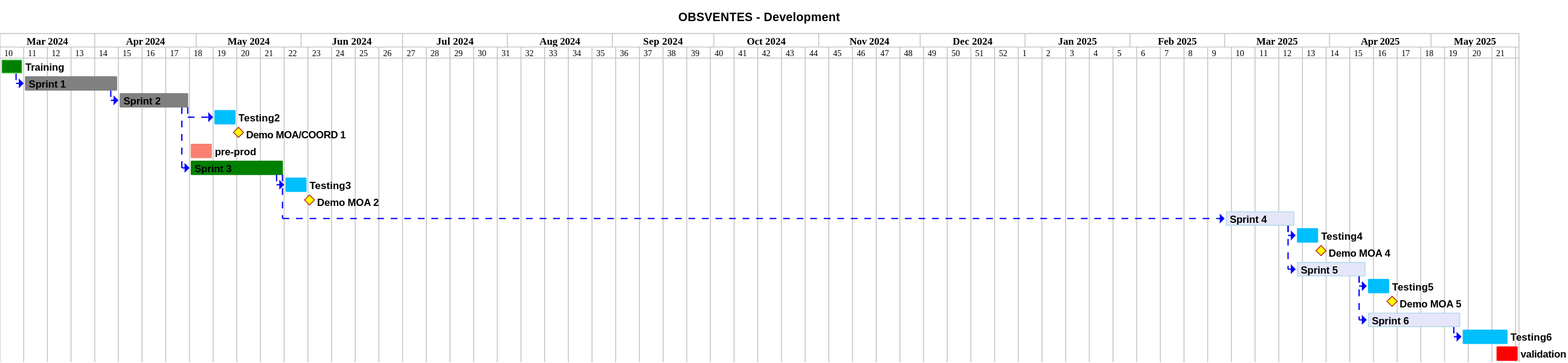
Before: projects/obsvente/not/images/refonte-obsventes-planning-sprints.svg, a diagram exported from PlantUML (sumaris-net/sumaris-doc). Its source is kept beside it as projects/obsvente/not/images/refonte-obsventes-planning-sprints.puml.
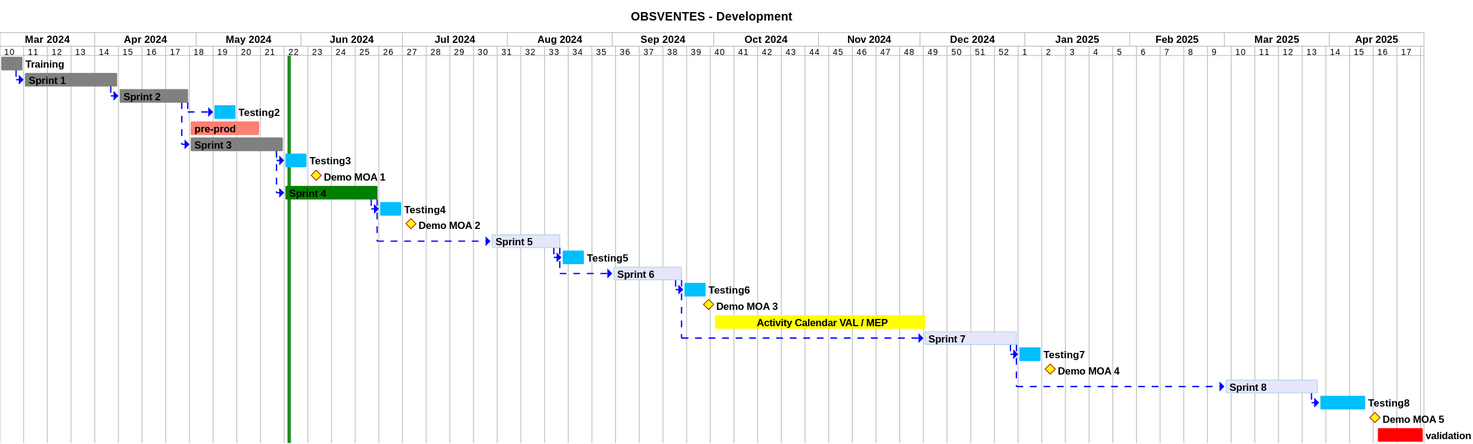
The same file after the commit.

Commit message:
[enh] update MOA demo planning and common socle requierement

Change to the diagram source:
```diff
@@ -53,9 +53,11 @@
 
 title OBSVENTES - Development
 
+today is colored in forestGreen
+
 Project starts the 2024/03/04
 [Training] as [TRAIN1] requires 1 week
-[TRAIN1] is colored in Green/LightGreen
+[TRAIN1] is colored in Grey
 
 [Sprint 1] as [TASK1] requires 4 weeks
 [TASK1] is colored in Grey
@@ -67,41 +69,56 @@
 [TASK1]->[TASK2]
 [Testing2] requires 1 week and starts the 6th of May 2024
 [TASK2]->[Testing2]
-[Demo MOA/COORD 1] happens 1 day after [Testing2]'s end
 
-[pre-prod] as [PREPROD] requires 1 week and starts the 29th of April 2024
+[pre-prod] as [PREPROD] requires 3 week and starts the 29th of April 2024
 [PREPROD] is colored in salmon
 
 [Sprint 3] as [TASK3] requires 4 weeks
-[TASK3] is colored in green
+[TASK3] is colored in grey
 [TASK2]->[TASK3]
 [Testing3] requires 1 week
 [TASK3]->[Testing3]
-[Demo MOA 2] happens 1 day after [Testing3]'s end
+[Demo MOA 1] happens 3 day after [Testing3]'s end
 
-[Sprint 4] as [TASK4] requires 3 weeks and starts the 1th of March 2025
-[TASK4] is colored in Lavender/LightBlue
+[Sprint 4] as [TASK4] requires 4 weeks and starts the 27th of May 2024
+[TASK4] is colored in green
 [TASK3]->[TASK4]
 [Testing4] requires 1 week
 [TASK4]->[Testing4]
-[Demo MOA 4] happens 1 day after [Testing4]'s end
+[Demo MOA 2] happens 3 day after [Testing4]'s end
 
-[Sprint 5] as [TASK5] requires 3 weeks
+[Sprint 5] as [TASK5] requires 3 weeks and starts the 27th of July 2024
 [TASK5] is colored in Lavender/LightBlue
 [TASK4]->[TASK5]
 [Testing5] requires 1 week
 [TASK5]->[Testing5]
-[Demo MOA 5] happens 1 day after [Testing5]'s end
 
-[Sprint 6] as [TASK6] requires 4 weeks
+[Sprint 6] as [TASK6] requires 3 weeks and starts the 1th of September 2024
+
 [TASK6] is colored in Lavender/LightBlue
 [TASK5]->[TASK6]
-[Testing6] requires 2 week
+[Testing6] requires 1 week
 [TASK6]->[Testing6]
+[Demo MOA 3] happens 1 day after [Testing6]'s end
 
+[               Activity Calendar VAL / MEP] as [ActivityCalendarMEP] starts 1th October 2024 and requires 9 weeks
+[ActivityCalendarMEP] is colored in yellow
 
+[Sprint 7] as [TASK7] requires 4 weeks and starts the 2th of December 2024
+[TASK7] is colored in Lavender/LightBlue
+[TASK6]->[TASK7]
+[Testing7] requires 1 week
+[TASK7]->[Testing7]
+[Demo MOA 4] happens 3 day after [Testing7]'s end
 
-[validation] as [VAL] requires 1 week and starts the 20th of May 2025
+[Sprint 8] as [TASK8] requires 4 weeks and starts the 1th of March 2025
+[TASK8] is colored in Lavender/LightBlue
+[TASK7]->[TASK8]
+[Testing8] requires 2 week
+[TASK8]->[Testing8]
+[Demo MOA 5] happens 3 day after [Testing8]'s end
+
+[validation] as [VAL] requires 2 week and starts the 15th of April 2025
 [VAL] is colored in red
 
 @endgantt
```
